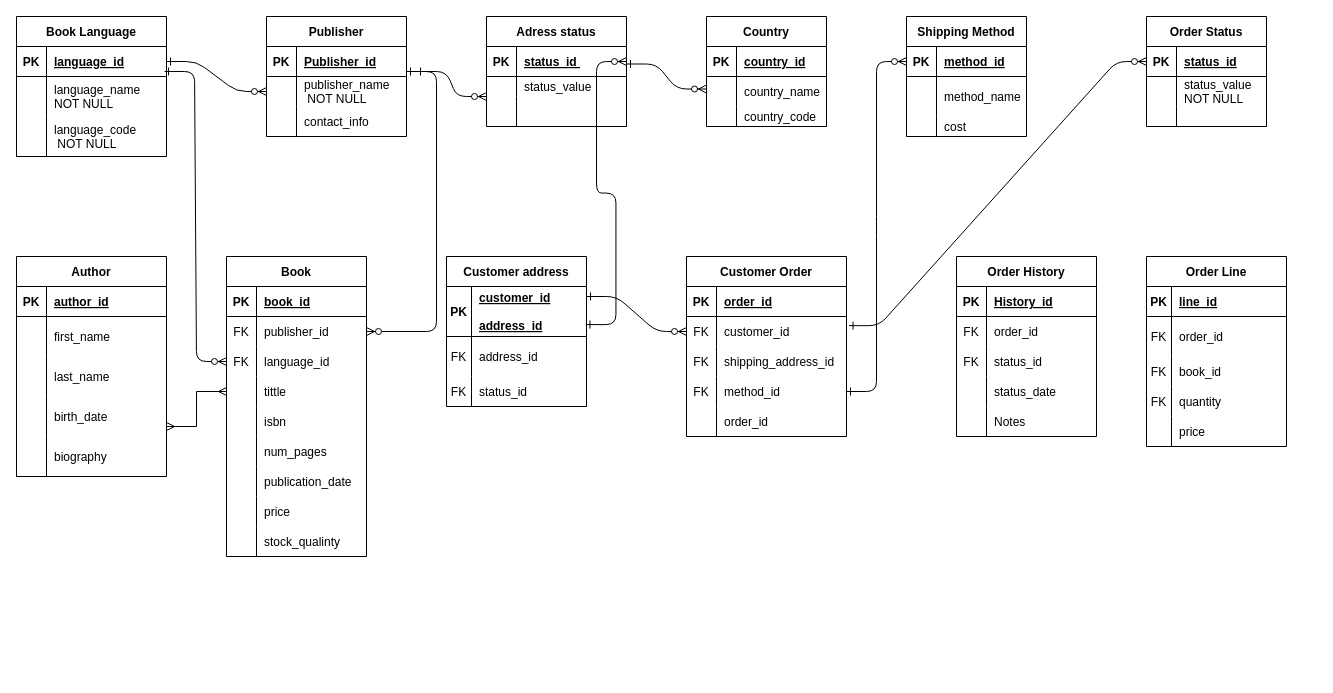
Before: Untitled Diagram.drawio in Joy-kitet/DatabaseGroupAssignment, a draw.io diagram. Source tidied: cells renumbered, new cells numbered last; positions are measured from the earlier drawing's top-left corner, leaving out a move shared by most shapes. Both pictures are drawn from the tidied source at 100%, with x=0, y=0 at pixel (16, 16).
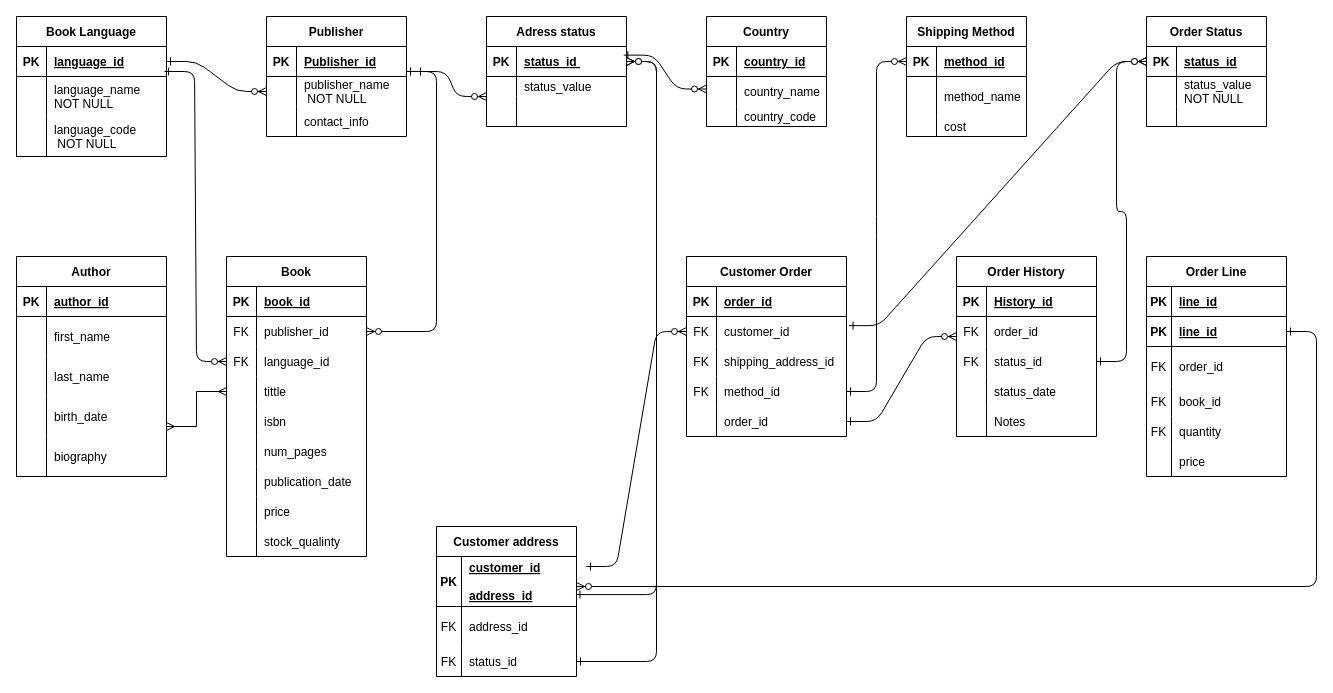
After the change.

Unchanged cells that the change refers to:
```xml
<mxCell id="14" style="shape=partialRectangle;fillColor=none;points=[[0,0.5],[1,0.5]];portConstraint=eastwest;top=0;left=0;right=0;bottom=1;" parent="13" vertex="1">
  <mxGeometry y="30" width="140" height="30" as="geometry" />
</mxCell>
<mxCell id="45" style="shape=partialRectangle;fillColor=none;points=[[0,0.5],[1,0.5]];portConstraint=eastwest;top=0;left=0;right=0;bottom=1;" parent="44" vertex="1">
  <mxGeometry y="30" width="120" height="30" as="geometry" />
</mxCell>
<mxCell id="65" style="shape=partialRectangle;fillColor=none;points=[[0,0.5],[1,0.5]];portConstraint=eastwest;top=0;left=0;right=0;bottom=1;" parent="64" vertex="1">
  <mxGeometry y="30" width="140" height="50" as="geometry" />
</mxCell>
<mxCell id="71" style="shape=partialRectangle;fillColor=none;points=[[0,0.5],[1,0.5]];portConstraint=eastwest;top=0;left=0;right=0;bottom=0;" parent="64" vertex="1">
  <mxGeometry y="120" width="140" height="30" as="geometry" />
</mxCell>
<mxCell id="78" style="shape=partialRectangle;fillColor=none;points=[[0,0.5],[1,0.5]];portConstraint=eastwest;top=0;left=0;right=0;bottom=0;" parent="74" vertex="1">
  <mxGeometry y="60" width="160" height="30" as="geometry" />
</mxCell>
<mxCell id="87" style="shape=partialRectangle;fillColor=none;points=[[0,0.5],[1,0.5]];portConstraint=eastwest;top=0;left=0;right=0;bottom=0;" parent="74" vertex="1">
  <mxGeometry y="150" width="160" height="30" as="geometry" />
</mxCell>
```

Change to the diagram source:
```diff
@@
-    <mxCell id="2" style="edgeStyle=entityRelationEdgeStyle;endArrow=ERzeroToMany;startArrow=ERone;endFill=1;startFill=0;" parent="1" edge="1">
+    <mxCell id="2" style="edgeStyle=entityRelationEdgeStyle;endArrow=ERzeroToMany;startArrow=ERone;endFill=1;startFill=0;exitX=0.981;exitY=0.288;exitDx=0;exitDy=0;exitPerimeter=0;" parent="1" edge="1" source="14">
       <mxGeometry relative="1" as="geometry">
-        <mxPoint x="610" y="47.5" as="sourcePoint" />
         <mxPoint x="690" y="72.5" as="targetPoint" />
       </mxGeometry>
     </mxCell>
@@
     <mxCell id="64" value="Customer address" style="shape=table;startSize=30;childLayout=tableLayout;rowLines=0;fontStyle=1;align=center;" parent="1" vertex="1">
-      <mxGeometry x="430" y="240" width="140" height="150" as="geometry" />
+      <mxGeometry x="420" y="510" width="140" height="150" as="geometry" />
     </mxCell>
@@
     <mxCell id="151" value="Order Line" style="shape=table;startSize=30;childLayout=tableLayout;rowLines=0;fontStyle=1;align=center;" parent="1" vertex="1">
-      <mxGeometry x="1130" y="240" width="140" height="190" as="geometry" />
+      <mxGeometry x="1130" y="240" width="140" height="220" as="geometry" />
     </mxCell>
@@
+    <mxCell id="175" style="shape=partialRectangle;fillColor=none;top=0;left=0;right=0;bottom=1;" parent="151" vertex="1">
+      <mxGeometry y="60" width="140" height="30" as="geometry" />
+    </mxCell>
+    <mxCell id="176" value="PK" style="shape=partialRectangle;overflow=hidden;fillColor=none;top=0;left=0;bottom=0;right=0;fontStyle=1;" parent="175" vertex="1">
+      <mxGeometry width="25" height="30" as="geometry" />
+    </mxCell>
+    <mxCell id="177" value="line_id" style="shape=partialRectangle;overflow=hidden;fillColor=none;top=0;left=0;bottom=0;right=0;align=left;spacingLeft=6;fontStyle=5;" parent="175" vertex="1">
+      <mxGeometry x="25" width="115" height="30" as="geometry" />
+    </mxCell>
     <mxCell id="155" style="shape=partialRectangle;fillColor=none;top=0;left=0;right=0;bottom=0;" parent="151" vertex="1">
-      <mxGeometry y="60" width="140" height="40" as="geometry" />
+      <mxGeometry y="90" width="140" height="40" as="geometry" />
     </mxCell>
@@
     <mxCell id="158" style="shape=partialRectangle;fillColor=none;top=0;left=0;right=0;bottom=0;" parent="151" vertex="1">
-      <mxGeometry y="100" width="140" height="30" as="geometry" />
+      <mxGeometry y="130" width="140" height="30" as="geometry" />
     </mxCell>
@@
     <mxCell id="161" style="shape=partialRectangle;fillColor=none;top=0;left=0;right=0;bottom=0;" parent="151" vertex="1">
-      <mxGeometry y="130" width="140" height="30" as="geometry" />
+      <mxGeometry y="160" width="140" height="30" as="geometry" />
     </mxCell>
@@
     <mxCell id="164" style="shape=partialRectangle;fillColor=none;top=0;left=0;right=0;bottom=0;" parent="151" vertex="1">
-      <mxGeometry y="160" width="140" height="30" as="geometry" />
+      <mxGeometry y="190" width="140" height="30" as="geometry" />
     </mxCell>
@@
-    <mxCell id="171" style="edgeStyle=entityRelationEdgeStyle;endArrow=ERzeroToMany;startArrow=ERone;endFill=1;startFill=0;entryX=0;entryY=0.5;entryDx=0;entryDy=0;" parent="1" edge="1" target="78">
+    <mxCell id="171" style="edgeStyle=entityRelationEdgeStyle;endArrow=ERzeroToMany;startArrow=ERone;endFill=1;startFill=0;entryX=0;entryY=0.5;entryDx=0;entryDy=0;exitX=1.071;exitY=0.2;exitDx=0;exitDy=0;exitPerimeter=0;" parent="1" edge="1" source="65" target="78">
       <mxGeometry relative="1" as="geometry">
-        <mxPoint x="570" y="280" as="sourcePoint" />
         <Array as="points">
           <mxPoint x="610" y="335" />
           <mxPoint x="620" y="325" />
         </Array>
       </mxGeometry>
     </mxCell>
@@
-    <mxCell id="174" style="edgeStyle=entityRelationEdgeStyle;endArrow=ERzeroToMany;startArrow=ERone;endFill=1;startFill=0;entryX=1;entryY=0.5;entryDx=0;entryDy=0;exitX=0.996;exitY=0.762;exitDx=0;exitDy=0;exitPerimeter=0;" parent="1" edge="1" source="65" target="14">
+    <mxCell id="174" style="edgeStyle=entityRelationEdgeStyle;endArrow=ERzeroToMany;startArrow=ERone;endFill=1;startFill=0;exitX=0.996;exitY=0.762;exitDx=0;exitDy=0;exitPerimeter=0;" parent="1" edge="1" source="65" target="14">
       <mxGeometry relative="1" as="geometry">
         <Array as="points">
           <mxPoint x="1180" y="575" />
           <mxPoint x="1290" y="315" />
+          <mxPoint x="620" y="70" />
+          <mxPoint x="610" y="70" />
+          <mxPoint x="680" y="170" />
           <mxPoint x="1030" y="345" />
+          <mxPoint x="640" y="45" />
           <mxPoint x="1300" y="305" />
           <mxPoint x="1290" y="305" />
           <mxPoint x="1310" y="305" />
           <mxPoint x="1310" y="295" />
         </Array>
       </mxGeometry>
     </mxCell>
+    <mxCell id="178" style="edgeStyle=entityRelationEdgeStyle;endArrow=ERzeroToMany;startArrow=ERone;endFill=1;startFill=0;exitX=1.071;exitY=0.2;exitDx=0;exitDy=0;exitPerimeter=0;entryX=1;entryY=0.6;entryDx=0;entryDy=0;entryPerimeter=0;" parent="1" edge="1" target="65">
+      <mxGeometry relative="1" as="geometry">
+        <mxPoint x="1270" y="315" as="sourcePoint" />
+        <Array as="points">
+          <mxPoint x="1310" y="100" />
+          <mxPoint x="1320" y="90" />
+        </Array>
+      </mxGeometry>
+    </mxCell>
+    <mxCell id="179" style="edgeStyle=entityRelationEdgeStyle;endArrow=ERzeroToMany;startArrow=ERone;endFill=1;startFill=0;entryX=0;entryY=0.5;entryDx=0;entryDy=0;exitX=1;exitY=0.5;exitDx=0;exitDy=0;" parent="1" edge="1" source="87">
+      <mxGeometry relative="1" as="geometry">
+        <mxPoint x="940" y="320" as="targetPoint" />
+        <Array as="points">
+          <mxPoint x="880" y="340" />
+          <mxPoint x="890" y="330" />
+        </Array>
+      </mxGeometry>
+    </mxCell>
+    <mxCell id="180" style="edgeStyle=entityRelationEdgeStyle;endArrow=ERzeroToMany;startArrow=ERone;endFill=1;startFill=0;entryX=0;entryY=0.5;entryDx=0;entryDy=0;exitX=1;exitY=0.5;exitDx=0;exitDy=0;" parent="1" edge="1" target="45">
+      <mxGeometry relative="1" as="geometry">
+        <mxPoint x="1080" y="345" as="sourcePoint" />
+        <Array as="points">
+          <mxPoint x="1130" y="280" />
+          <mxPoint x="1140" y="270" />
+        </Array>
+      </mxGeometry>
+    </mxCell>
+    <mxCell id="181" style="edgeStyle=entityRelationEdgeStyle;endArrow=ERzeroToMany;startArrow=ERone;endFill=1;startFill=0;" parent="1" edge="1" source="71" target="14">
+      <mxGeometry relative="1" as="geometry">
+        <Array as="points">
+          <mxPoint x="460" y="280" />
+          <mxPoint x="470" y="270" />
+        </Array>
+      </mxGeometry>
+    </mxCell>
```
